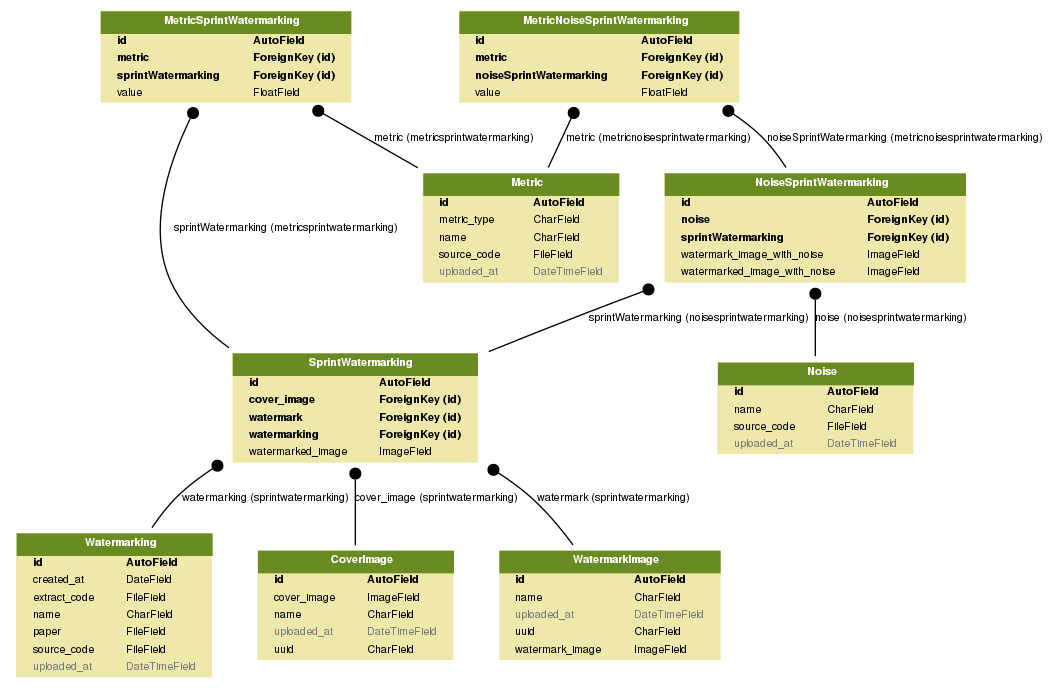
Before: models.png, a diagram exported from Graphviz (eadomenech/benchmark). Its source is kept beside it as models.dot.
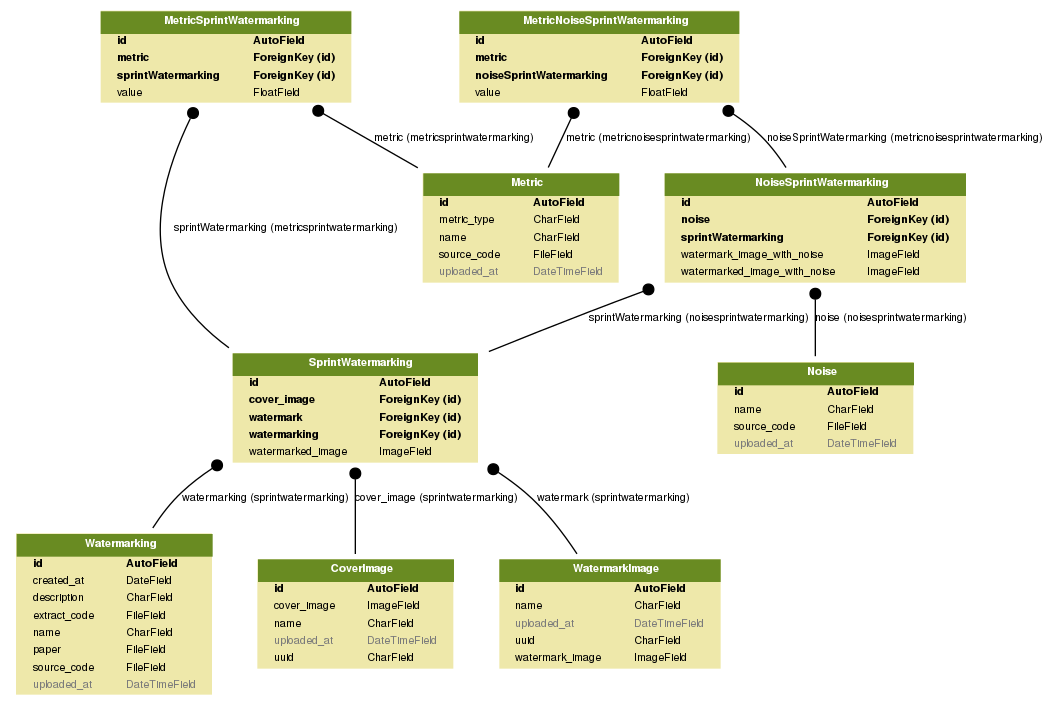
The same diagram one commit later.

Diff of the diagram source:
```diff
@@ -37,6 +37,14 @@
     <FONT FACE="Helvetica ">created_at</FONT>
     </TD><TD ALIGN="LEFT">
     <FONT FACE="Helvetica ">DateField</FONT>
+    </TD></TR>
+
+
+
+    <TR><TD ALIGN="LEFT" BORDER="0">
+    <FONT FACE="Helvetica ">description</FONT>
+    </TD><TD ALIGN="LEFT">
+    <FONT FACE="Helvetica ">CharField</FONT>
     </TD></TR>
 
 
```
